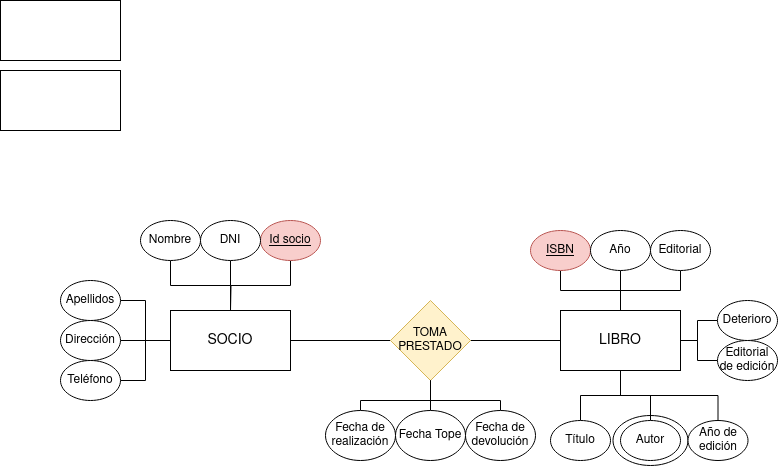
The draw.io diagram Unidad-2/Tareas/Tarea-7/images/Tarea-7.drawio.png in IsaiasTolP/Base-Datos, before a commit. Source tidied: cells renumbered, new cells last; positions are measured from the earlier drawing's top-left corner, leaving out a move shared by most shapes.
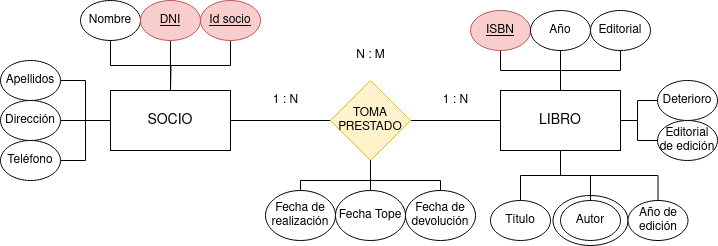
The same file after the commit.

The edit, as a diff of the source:
```diff
@@ -11,12 +11,6 @@
     <mxCell id="4" value="LIBRO" style="rounded=0;whiteSpace=wrap;html=1;fontSize=14;" parent="1" vertex="1">
       <mxGeometry x="560" y="310" width="120" height="60" as="geometry" />
     </mxCell>
-    <mxCell id="5" style="rounded=0;whiteSpace=wrap;html=1;" parent="1" vertex="1">
-      <mxGeometry width="120" height="60" as="geometry" />
-    </mxCell>
-    <mxCell id="6" style="rounded=0;whiteSpace=wrap;html=1;" parent="1" vertex="1">
-      <mxGeometry y="70" width="120" height="60" as="geometry" />
-    </mxCell>
     <mxCell id="7" style="edgeStyle=orthogonalEdgeStyle;rounded=0;jettySize=auto;html=1;exitX=0.5;exitY=1;exitDx=0;exitDy=0;endArrow=none;endFill=0;" parent="1" edge="1" source="8">
       <mxGeometry relative="1" as="geometry">
         <mxPoint x="230" y="310" as="targetPoint" />
@@ -54,7 +48,7 @@
         <mxPoint x="230" y="310" as="targetPoint" />
       </mxGeometry>
     </mxCell>
-    <mxCell id="18" value="DNI" style="ellipse;whiteSpace=wrap;html=1;" parent="1" vertex="1">
+    <mxCell id="18" value="DNI" style="ellipse;whiteSpace=wrap;html=1;fillColor=#f8cecc;strokeColor=#b85450;fontStyle=4;" parent="1" vertex="1">
       <mxGeometry x="200" y="220" width="60" height="40" as="geometry" />
     </mxCell>
     <mxCell id="19" style="edgeStyle=orthogonalEdgeStyle;rounded=0;jettySize=auto;html=1;endArrow=none;endFill=0;" parent="1" edge="1" source="21" target="4">
@@ -142,5 +136,14 @@
     <mxCell id="43" value="Deterioro" style="ellipse;whiteSpace=wrap;html=1;" parent="1" vertex="1">
       <mxGeometry x="717" y="300" width="60" height="40" as="geometry" />
     </mxCell>
+    <mxCell id="44" value="1 : N" style="text;html=1;align=center;verticalAlign=middle;strokeColor=none;fillColor=none;" parent="1" vertex="1">
+      <mxGeometry x="490" y="305" width="50" height="30" as="geometry" />
+    </mxCell>
+    <mxCell id="45" value="1 : N" style="text;html=1;align=center;verticalAlign=middle;strokeColor=none;fillColor=none;" parent="1" vertex="1">
+      <mxGeometry x="320" y="305" width="50" height="30" as="geometry" />
+    </mxCell>
+    <mxCell id="46" value="N : M" style="text;html=1;align=center;verticalAlign=middle;strokeColor=none;fillColor=none;" parent="1" vertex="1">
+      <mxGeometry x="405" y="260" width="50" height="30" as="geometry" />
+    </mxCell>
   </root>
 </mxGraphModel>
```
